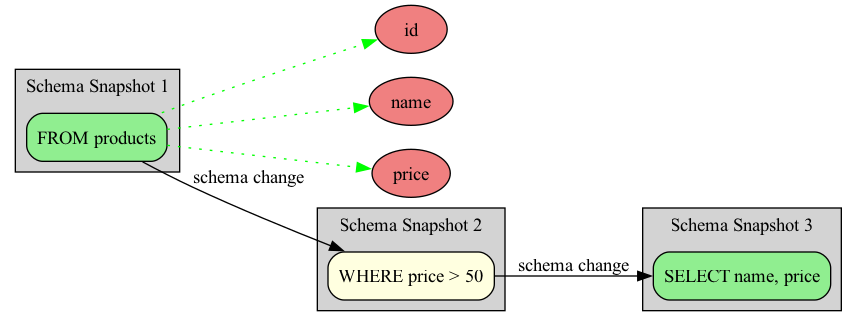
Above: examples/create_query_schema.png in rot1024/sqloflow (Graphviz), before the change. Its source is kept beside it as examples/create_query_schema.dot.
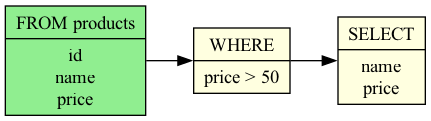
Above is the later version.

Change to the diagram source:
```diff
@@ -1,32 +1,13 @@
-digraph sqloflow {
+digraph schema_flow {
   rankdir=LR;
-  node [shape=box, style=rounded];
+  node [shape=record];
 
-  subgraph cluster_0 {
-    label="Schema Snapshot 1";
-    style=filled;
-    fillcolor=lightgray;
-    node_0 [label="FROM products", fillcolor=lightgreen, style="filled,rounded"];
-  }
-  node_1 [label="id", fillcolor=lightcoral, style="filled,rounded", shape=ellipse];
-  node_2 [label="name", fillcolor=lightcoral, style="filled,rounded", shape=ellipse];
-  node_3 [label="price", fillcolor=lightcoral, style="filled,rounded", shape=ellipse];
-  subgraph cluster_1 {
-    label="Schema Snapshot 2";
-    style=filled;
-    fillcolor=lightgray;
-    node_4 [label="WHERE price > 50", fillcolor=lightyellow, style="filled,rounded"];
-  }
-  subgraph cluster_2 {
-    label="Schema Snapshot 3";
-    style=filled;
-    fillcolor=lightgray;
-    node_5 [label="SELECT name, price", fillcolor=lightgreen, style="filled,rounded"];
-  }
+  node_0 [label="FROM products|id\nname\nprice", style=filled, fillcolor=lightgreen];
 
-  node_0 -> node_1 [color=green, style=dotted];
-  node_0 -> node_2 [color=green, style=dotted];
-  node_0 -> node_3 [color=green, style=dotted];
-  node_0 -> node_4 [color=black, label="schema change"];
-  node_4 -> node_5 [color=black, label="schema change"];
+  node_4 [label="WHERE|price \> 50", style=filled, fillcolor=lightyellow];
+  node_5 [label="SELECT|name\nprice", style=filled, fillcolor=lightyellow];
+
+
+  node_0 -> node_4;
+  node_4 -> node_5;
 }
```
